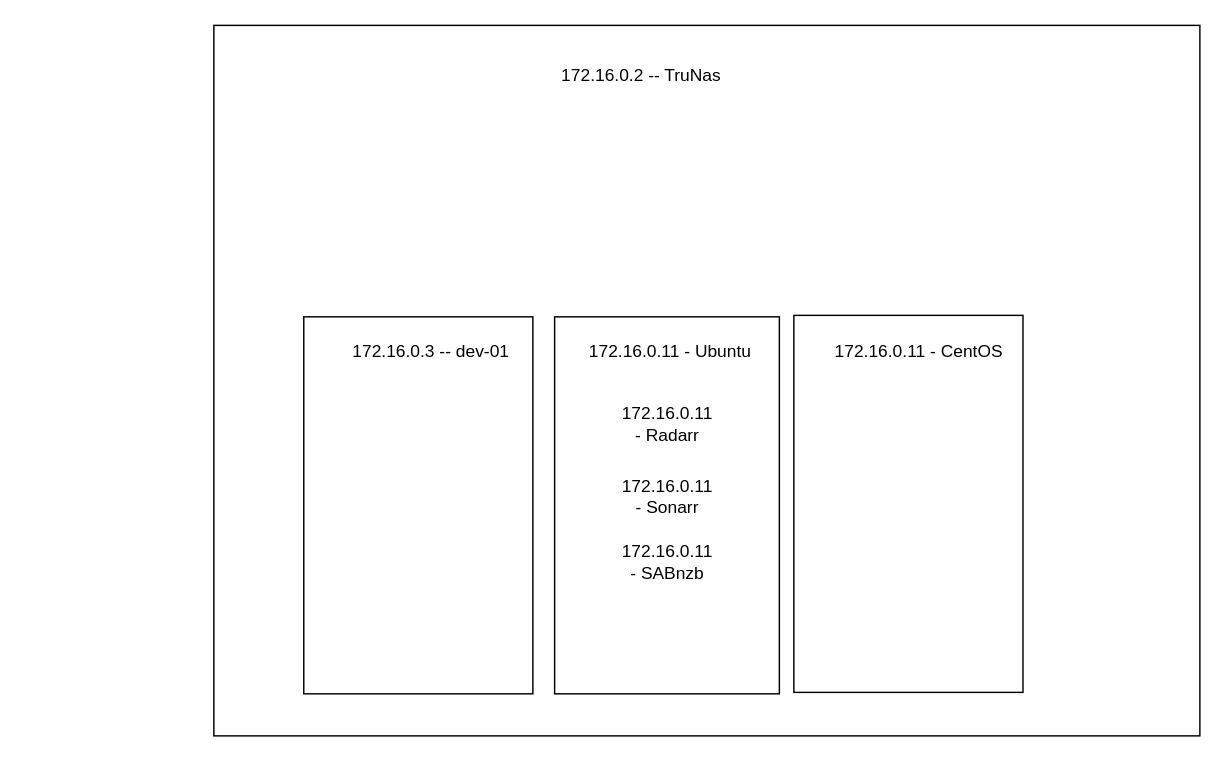
The draw.io diagram Homelab digram.drawio in tpimental/homelab, before the edit. Source tidied: cells renumbered, new cells numbered last; positions are measured from the earlier drawing's top-left corner, leaving out a move shared by most shapes. Both pictures are drawn from the tidied source at 145%, with x=0, y=0 at pixel (213, 25).
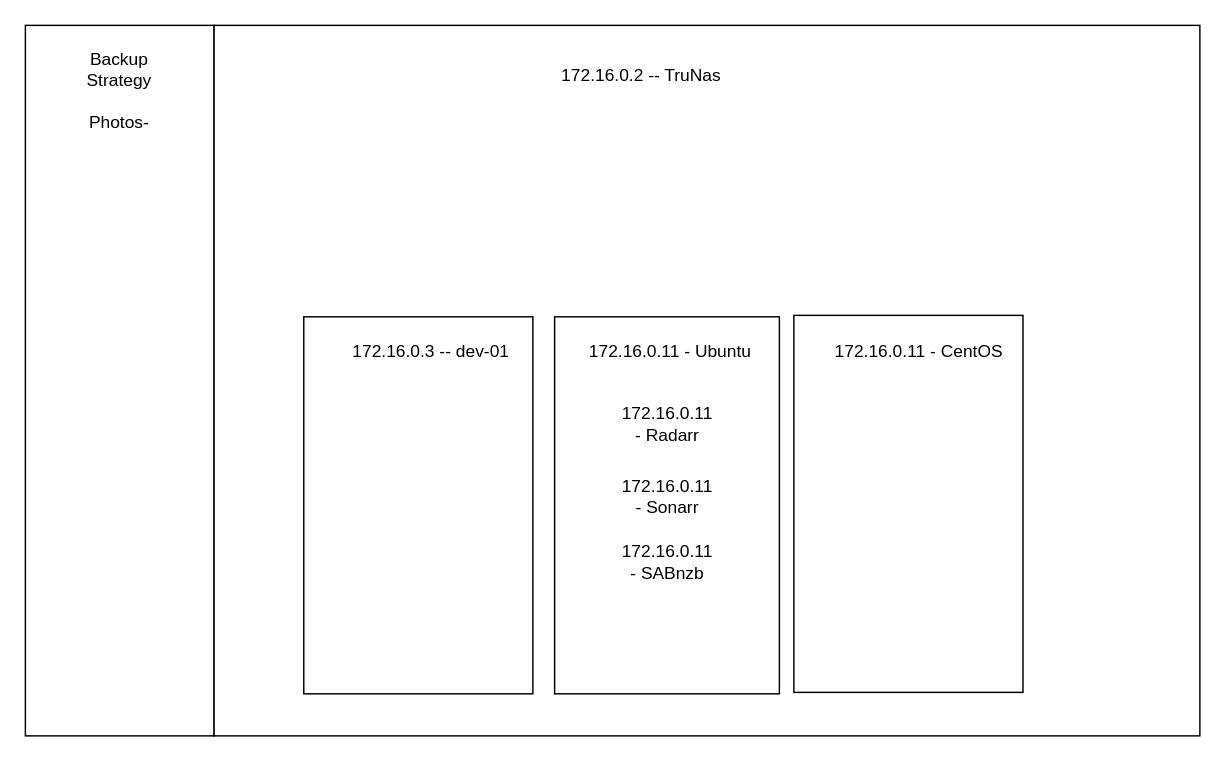
The same page after the edit.

Change to the diagram source:
```diff
@@
 <mxGraphModel>
   <root>
     <mxCell id="0" />
     <mxCell id="1" parent="0" />
     <mxCell id="2" style="rounded=0;whiteSpace=wrap;html=1;" parent="1" vertex="1">
       <mxGeometry width="680" height="490" as="geometry" />
     </mxCell>
     <mxCell id="3" style="rounded=0;whiteSpace=wrap;html=1;" parent="1" vertex="1">
       <mxGeometry x="62" y="201" width="158" height="260" as="geometry" />
     </mxCell>
     <mxCell id="4" value="172.16.0.2 -- TruNas" style="text;html=1;strokeColor=none;fillColor=none;align=center;verticalAlign=middle;whiteSpace=wrap;rounded=0;" parent="1" vertex="1">
       <mxGeometry x="220" y="20" width="150" height="30" as="geometry" />
     </mxCell>
     <mxCell id="5" style="rounded=0;whiteSpace=wrap;html=1;" parent="1" vertex="1">
       <mxGeometry x="235" y="201" width="155" height="260" as="geometry" />
     </mxCell>
     <mxCell id="6" value="172.16.0.11 - Radarr" style="text;html=1;strokeColor=none;fillColor=none;align=center;verticalAlign=middle;whiteSpace=wrap;rounded=0;" parent="1" vertex="1">
       <mxGeometry x="282.5" y="260" width="60" height="30" as="geometry" />
     </mxCell>
     <mxCell id="7" value="172.16.0.11 - Sonarr" style="text;html=1;strokeColor=none;fillColor=none;align=center;verticalAlign=middle;whiteSpace=wrap;rounded=0;" parent="1" vertex="1">
       <mxGeometry x="282.5" y="310" width="60" height="30" as="geometry" />
     </mxCell>
     <mxCell id="8" value="172.16.0.11 - SABnzb" style="text;html=1;strokeColor=none;fillColor=none;align=center;verticalAlign=middle;whiteSpace=wrap;rounded=0;" parent="1" vertex="1">
       <mxGeometry x="282.5" y="355" width="60" height="30" as="geometry" />
     </mxCell>
     <mxCell id="9" style="rounded=0;whiteSpace=wrap;html=1;" parent="1" vertex="1">
       <mxGeometry x="400" y="200" width="158" height="260" as="geometry" />
     </mxCell>
     <mxCell id="10" value="172.16.0.11 - CentOS" style="text;html=1;strokeColor=none;fillColor=none;align=center;verticalAlign=middle;whiteSpace=wrap;rounded=0;" parent="1" vertex="1">
       <mxGeometry x="421.5" y="210" width="128.5" height="30" as="geometry" />
     </mxCell>
     <mxCell id="11" value="172.16.0.3 -- dev-01" style="text;html=1;strokeColor=none;fillColor=none;align=center;verticalAlign=middle;whiteSpace=wrap;rounded=0;" parent="1" vertex="1">
       <mxGeometry x="90" y="210" width="120" height="30" as="geometry" />
     </mxCell>
     <mxCell id="12" value="172.16.0.11 - Ubuntu" style="text;html=1;strokeColor=none;fillColor=none;align=center;verticalAlign=middle;whiteSpace=wrap;rounded=0;" parent="1" vertex="1">
       <mxGeometry x="250" y="210" width="130" height="30" as="geometry" />
     </mxCell>
+    <mxCell id="13" style="rounded=0;whiteSpace=wrap;html=1;" parent="1" vertex="1">
+      <mxGeometry x="-130" width="130" height="490" as="geometry" />
+    </mxCell>
+    <mxCell id="14" value="Backup Strategy&lt;br&gt;&lt;br&gt;Photos-" style="text;html=1;strokeColor=none;fillColor=none;align=center;verticalAlign=middle;whiteSpace=wrap;rounded=0;" parent="1" vertex="1">
+      <mxGeometry x="-95" y="30" width="60" height="30" as="geometry" />
+    </mxCell>
   </root>
 </mxGraphModel>
```
